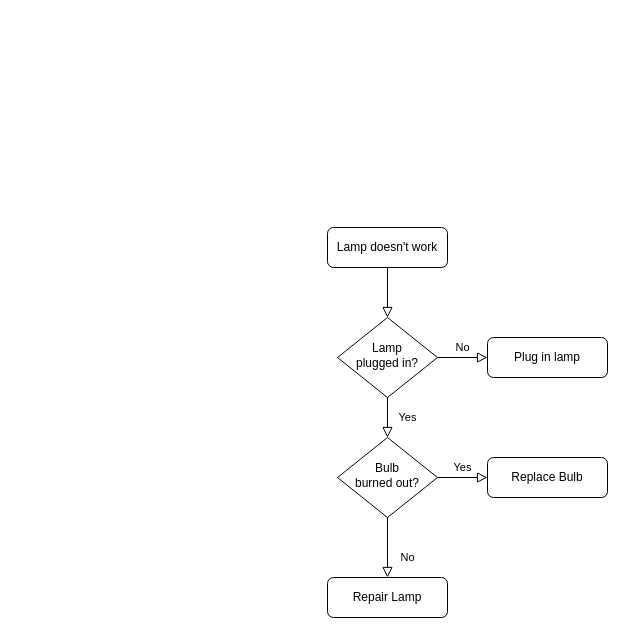
Before: Bitirme 1 - Schematics/sunum.drawio in anilberg/My-Diagrams, a draw.io diagram. Source tidied: cells renumbered, new cells numbered last; positions are measured from the earlier drawing's top-left corner, leaving out a move shared by most shapes. Both pictures are drawn from the tidied source at 100%, with x=0, y=0 at pixel (327, 227).
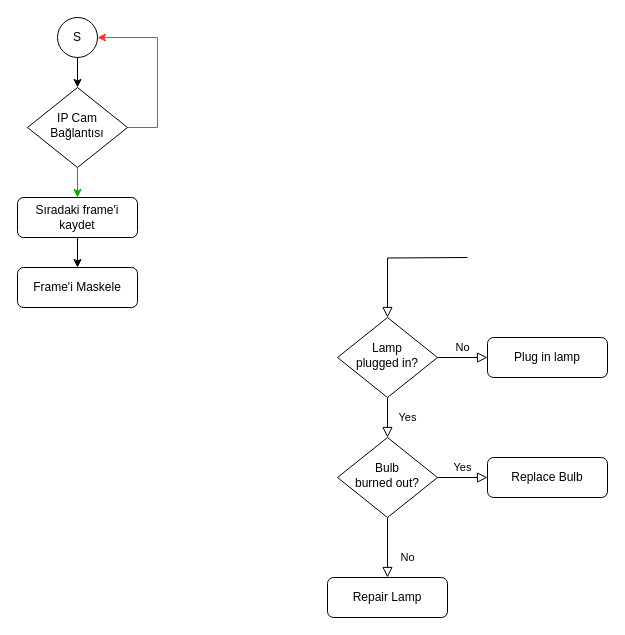
The same page after the edit.

The change refers to these unchanged cells:
```xml
<mxCell id="6" value="Lamp&lt;br&gt;plugged in?" style="rhombus;whiteSpace=wrap;html=1;shadow=0;fontFamily=Helvetica;fontSize=12;align=center;strokeWidth=1;spacing=6;spacingTop=-4;" parent="1" vertex="1">
  <mxGeometry x="10" y="90" width="100" height="80" as="geometry" />
</mxCell>
```

Change to the diagram source:
```diff
@@
-    <mxCell id="2" style="rounded=0;html=1;jettySize=auto;fontSize=11;endArrow=block;endFill=0;endSize=8;strokeWidth=1;shadow=0;labelBackgroundColor=none;edgeStyle=orthogonalEdgeStyle;" parent="1" edge="1" source="3" target="6">
-      <mxGeometry relative="1" as="geometry" />
+    <mxCell id="2" style="rounded=0;html=1;jettySize=auto;fontSize=11;endArrow=block;endFill=0;endSize=8;strokeWidth=1;shadow=0;labelBackgroundColor=none;edgeStyle=orthogonalEdgeStyle;" parent="1" edge="1" target="6">
+      <mxGeometry relative="1" as="geometry">
+        <mxPoint x="140" y="30" as="sourcePoint" />
+      </mxGeometry>
     </mxCell>
+    <mxCell id="13" style="edgeStyle=orthogonalEdgeStyle;rounded=0;jettySize=auto;html=1;exitX=0.5;exitY=1;exitDx=0;exitDy=0;entryX=0.5;entryY=0;entryDx=0;entryDy=0;strokeColor=#000000;" parent="1" edge="1" source="3" target="19">
+      <mxGeometry relative="1" as="geometry" />
+    </mxCell>
-    <mxCell id="3" value="Lamp doesn't work" style="rounded=1;whiteSpace=wrap;html=1;fontSize=12;glass=0;strokeWidth=1;shadow=0;" parent="1" vertex="1">
-      <mxGeometry width="120" height="40" as="geometry" />
+    <mxCell id="3" value="Sıradaki frame'i kaydet" style="rounded=1;whiteSpace=wrap;html=1;fontSize=12;glass=0;strokeWidth=1;shadow=0;" parent="1" vertex="1">
+      <mxGeometry x="-310" y="-30" width="120" height="40" as="geometry" />
     </mxCell>
@@
+    <mxCell id="14" style="edgeStyle=orthogonalEdgeStyle;rounded=0;jettySize=auto;html=1;exitX=0.5;exitY=1;exitDx=0;exitDy=0;entryX=0.5;entryY=0;entryDx=0;entryDy=0;strokeColor=#000000;" parent="1" edge="1" source="15" target="18">
+      <mxGeometry relative="1" as="geometry" />
+    </mxCell>
+    <mxCell id="15" value="S" style="ellipse;whiteSpace=wrap;html=1;" parent="1" vertex="1">
+      <mxGeometry x="-270" y="-210" width="40" height="40" as="geometry" />
+    </mxCell>
+    <mxCell id="16" style="edgeStyle=orthogonalEdgeStyle;rounded=0;jettySize=auto;html=1;exitX=1;exitY=0.5;exitDx=0;exitDy=0;entryX=1;entryY=0.5;entryDx=0;entryDy=0;strokeColor=#FF3333;" parent="1" edge="1" source="18" target="15">
+      <mxGeometry relative="1" as="geometry">
+        <Array as="points">
+          <mxPoint x="-170" y="-100" />
+          <mxPoint x="-170" y="-190" />
+        </Array>
+      </mxGeometry>
+    </mxCell>
+    <mxCell id="17" style="edgeStyle=orthogonalEdgeStyle;rounded=0;jettySize=auto;html=1;exitX=0.5;exitY=1;exitDx=0;exitDy=0;entryX=0.5;entryY=0;entryDx=0;entryDy=0;strokeColor=#00B000;" parent="1" edge="1" source="18" target="3">
+      <mxGeometry relative="1" as="geometry" />
+    </mxCell>
+    <mxCell id="18" value="IP Cam Bağlantısı" style="rhombus;whiteSpace=wrap;html=1;shadow=0;fontFamily=Helvetica;fontSize=12;align=center;strokeWidth=1;spacing=6;spacingTop=-4;" parent="1" vertex="1">
+      <mxGeometry x="-300" y="-140" width="100" height="80" as="geometry" />
+    </mxCell>
+    <mxCell id="19" value="Frame'i Maskele" style="rounded=1;whiteSpace=wrap;html=1;fontSize=12;glass=0;strokeWidth=1;shadow=0;" parent="1" vertex="1">
+      <mxGeometry x="-310" y="40" width="120" height="40" as="geometry" />
+    </mxCell>
```
